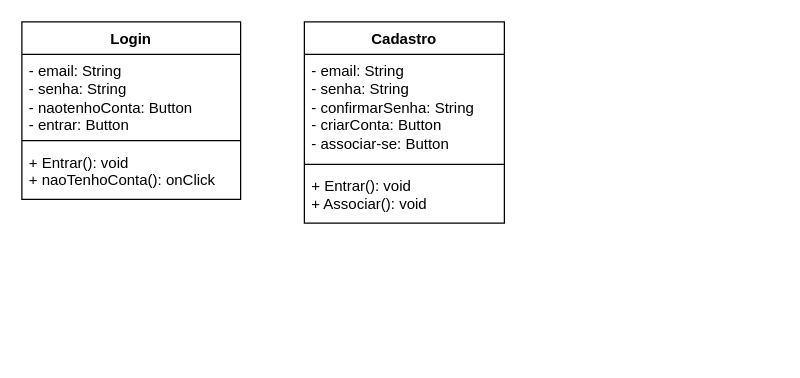
This is DiagramaDeClasses/DiagramaClassesPI.drawio from JeniferMarques42/Projeto3-PI-3NCComp, a draw.io file, before an edit. Source tidied: cells renumbered, new cells numbered last; positions are measured from the earlier drawing's top-left corner, leaving out a move shared by most shapes. Both pictures are drawn from the tidied source at 125%, with x=0, y=0 at pixel (21, 21).
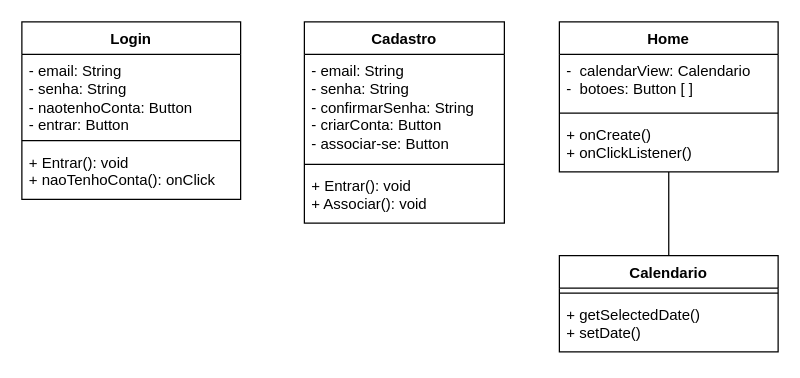
Above is the later version.

Commit message:
Diagrama - Home (Tela Principal)

Adição do diagrama de classes da tela principal do nosso projeto.

Change to the diagram source:
```diff
@@
 <mxGraphModel>
   <root>
     <mxCell id="0" />
     <mxCell id="1" parent="0" />
     <mxCell id="2" value="Login" style="swimlane;fontStyle=1;align=center;verticalAlign=top;horizontal=1;startSize=26;whiteSpace=wrap;html=1;" parent="1" vertex="1">
       <mxGeometry width="175" height="142" as="geometry" />
     </mxCell>
     <mxCell id="3" value="- email: String&lt;div&gt;- senha: String&lt;/div&gt;&lt;div&gt;- naotenhoConta: Button&lt;/div&gt;&lt;div&gt;- entrar: Button&lt;/div&gt;" style="text;strokeColor=none;fillColor=none;align=left;verticalAlign=top;spacingLeft=4;spacingRight=4;overflow=hidden;whiteSpace=wrap;html=1;" parent="2" vertex="1">
       <mxGeometry y="26" width="175" height="65" as="geometry" />
     </mxCell>
     <mxCell id="4" style="line;strokeWidth=1;fillColor=none;align=left;verticalAlign=middle;spacingTop=-1;spacingLeft=3;spacingRight=3;labelPosition=right;strokeColor=inherit;" parent="2" vertex="1">
       <mxGeometry y="91" width="175" height="8" as="geometry" />
     </mxCell>
     <mxCell id="5" value="+ Entrar(): void&lt;div&gt;+ naoTenhoConta(): onClick&lt;/div&gt;" style="text;strokeColor=none;fillColor=none;align=left;verticalAlign=top;spacingLeft=4;spacingRight=4;overflow=hidden;whiteSpace=wrap;html=1;" parent="2" vertex="1">
       <mxGeometry y="99" width="175" height="43" as="geometry" />
     </mxCell>
     <mxCell id="6" value="Cadastro" style="swimlane;fontStyle=1;align=center;verticalAlign=top;horizontal=1;startSize=26;whiteSpace=wrap;html=1;" parent="1" vertex="1">
       <mxGeometry x="226" width="160" height="161" as="geometry" />
     </mxCell>
     <mxCell id="7" value="- email: String&lt;div&gt;- senha: String&lt;/div&gt;&lt;div&gt;- confirmarSenha: String&lt;/div&gt;&lt;div&gt;- criarConta: Button&lt;/div&gt;&lt;div&gt;- associar-se: Button&lt;/div&gt;" style="text;strokeColor=none;fillColor=none;align=left;verticalAlign=top;spacingLeft=4;spacingRight=4;overflow=hidden;whiteSpace=wrap;html=1;" parent="6" vertex="1">
       <mxGeometry y="26" width="160" height="84" as="geometry" />
     </mxCell>
     <mxCell id="8" style="line;strokeWidth=1;fillColor=none;align=left;verticalAlign=middle;spacingTop=-1;spacingLeft=3;spacingRight=3;labelPosition=right;strokeColor=inherit;" parent="6" vertex="1">
       <mxGeometry y="110" width="160" height="8" as="geometry" />
     </mxCell>
     <mxCell id="9" value="+ Entrar(): void&lt;div&gt;+ Associar(): void&lt;/div&gt;" style="text;strokeColor=none;fillColor=none;align=left;verticalAlign=top;spacingLeft=4;spacingRight=4;overflow=hidden;whiteSpace=wrap;html=1;" parent="6" vertex="1">
       <mxGeometry y="118" width="160" height="43" as="geometry" />
     </mxCell>
+    <mxCell id="10" value="Home" style="swimlane;fontStyle=1;align=center;verticalAlign=top;horizontal=1;startSize=26;whiteSpace=wrap;html=1;" parent="1" vertex="1">
+      <mxGeometry x="430" width="175" height="120" as="geometry" />
+    </mxCell>
+    <mxCell id="11" value="-&amp;nbsp; calendarView: Calendario&lt;div&gt;-&amp;nbsp; botoes: Button [ ]&lt;br&gt;&lt;/div&gt;" style="text;strokeColor=none;fillColor=none;align=left;verticalAlign=top;spacingLeft=4;spacingRight=4;overflow=hidden;whiteSpace=wrap;html=1;" parent="10" vertex="1">
+      <mxGeometry y="26" width="175" height="43" as="geometry" />
+    </mxCell>
+    <mxCell id="12" style="line;strokeWidth=1;fillColor=none;align=left;verticalAlign=middle;spacingTop=-1;spacingLeft=3;spacingRight=3;labelPosition=right;strokeColor=inherit;" parent="10" vertex="1">
+      <mxGeometry y="69" width="175" height="8" as="geometry" />
+    </mxCell>
+    <mxCell id="13" value="+ onCreate&lt;span style=&quot;background-color: initial;&quot;&gt;()&lt;/span&gt;&lt;div&gt;&lt;span style=&quot;background-color: initial;&quot;&gt;+ onClickListener()&lt;/span&gt;&lt;/div&gt;" style="text;strokeColor=none;fillColor=none;align=left;verticalAlign=top;spacingLeft=4;spacingRight=4;overflow=hidden;whiteSpace=wrap;html=1;" parent="10" vertex="1">
+      <mxGeometry y="77" width="175" height="43" as="geometry" />
+    </mxCell>
+    <mxCell id="14" style="edgeStyle=orthogonalEdgeStyle;rounded=0;jettySize=auto;html=1;entryX=0.5;entryY=1;entryDx=0;entryDy=0;endArrow=none;endFill=0;" parent="1" edge="1" source="15" target="10">
+      <mxGeometry relative="1" as="geometry" />
+    </mxCell>
+    <mxCell id="15" value="Calendario" style="swimlane;fontStyle=1;align=center;verticalAlign=top;horizontal=1;startSize=26;whiteSpace=wrap;html=1;" parent="1" vertex="1">
+      <mxGeometry x="430" y="187" width="175" height="77" as="geometry" />
+    </mxCell>
+    <mxCell id="16" style="line;strokeWidth=1;fillColor=none;align=left;verticalAlign=middle;spacingTop=-1;spacingLeft=3;spacingRight=3;labelPosition=right;strokeColor=inherit;" parent="15" vertex="1">
+      <mxGeometry y="26" width="175" height="8" as="geometry" />
+    </mxCell>
+    <mxCell id="17" value="+ getSelectedDate&lt;span style=&quot;background-color: initial;&quot;&gt;()&lt;/span&gt;&lt;div&gt;&lt;span style=&quot;background-color: initial;&quot;&gt;+ setDate()&lt;/span&gt;&lt;/div&gt;" style="text;strokeColor=none;fillColor=none;align=left;verticalAlign=top;spacingLeft=4;spacingRight=4;overflow=hidden;whiteSpace=wrap;html=1;" parent="15" vertex="1">
+      <mxGeometry y="34" width="175" height="43" as="geometry" />
+    </mxCell>
   </root>
 </mxGraphModel>
```
